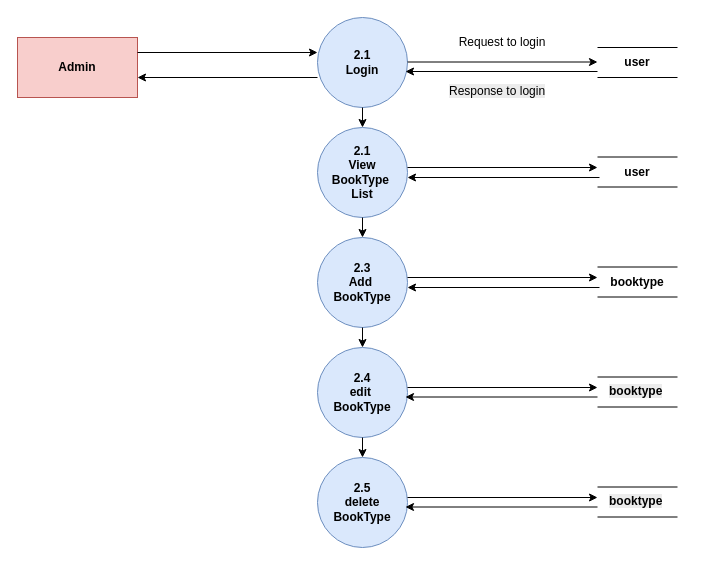
The draw.io diagram BookStore/digrams/Admin_2level[booktype]dfd.drawio in khushipatel2708/OnlineBookStore, before the edit. Source tidied: cells renumbered, new cells numbered last; positions are measured from the earlier drawing's top-left corner, leaving out a move shared by most shapes. Both pictures are drawn from the tidied source at 100%, with x=0, y=0 at pixel (17, 17).
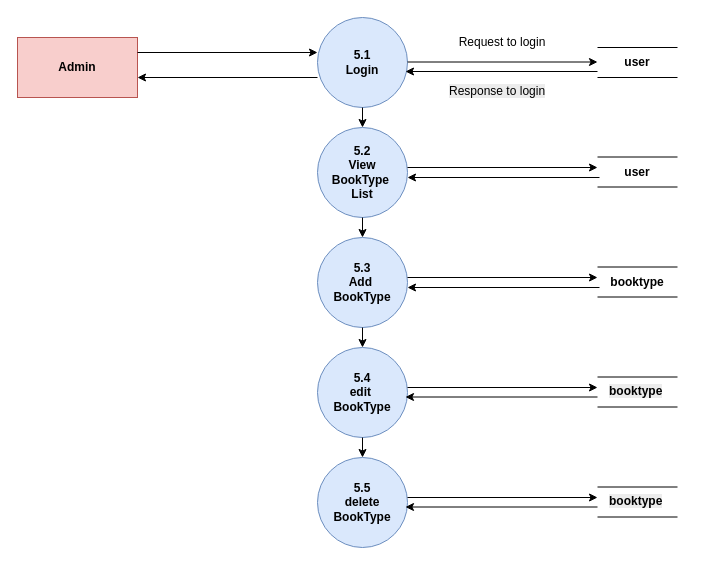
Above is the later version.

The edit, as a diff of the source:
```diff
@@
-    <mxCell id="3" value="2.1&lt;div&gt;Login&lt;/div&gt;" style="ellipse;html=1;fillColor=#dae8fc;strokeColor=#6c8ebf;fontStyle=1;textShadow=0;whiteSpace=wrap;" parent="1" vertex="1">
+    <mxCell id="3" value="5.1&lt;div&gt;Login&lt;/div&gt;" style="ellipse;html=1;fillColor=#dae8fc;strokeColor=#6c8ebf;fontStyle=1;textShadow=0;whiteSpace=wrap;" parent="1" vertex="1">
       <mxGeometry x="300" width="90" height="90" as="geometry" />
     </mxCell>
-    <mxCell id="4" value="2.3&lt;div&gt;Add&amp;nbsp;&lt;/div&gt;&lt;div&gt;BookType&lt;/div&gt;" style="ellipse;html=1;fillColor=#dae8fc;strokeColor=#6c8ebf;fontStyle=1;textShadow=0;whiteSpace=wrap;" parent="1" vertex="1">
+    <mxCell id="4" value="5.3&lt;div&gt;Add&amp;nbsp;&lt;/div&gt;&lt;div&gt;BookType&lt;/div&gt;" style="ellipse;html=1;fillColor=#dae8fc;strokeColor=#6c8ebf;fontStyle=1;textShadow=0;whiteSpace=wrap;" parent="1" vertex="1">
       <mxGeometry x="300" y="220" width="90" height="90" as="geometry" />
     </mxCell>
-    <mxCell id="5" value="2.4&lt;br&gt;edit&amp;nbsp;&lt;div&gt;BookType&lt;/div&gt;" style="ellipse;html=1;fillColor=#dae8fc;strokeColor=#6c8ebf;fontStyle=1;textShadow=0;whiteSpace=wrap;" parent="1" vertex="1">
+    <mxCell id="5" value="5.4&lt;br&gt;edit&amp;nbsp;&lt;div&gt;BookType&lt;/div&gt;" style="ellipse;html=1;fillColor=#dae8fc;strokeColor=#6c8ebf;fontStyle=1;textShadow=0;whiteSpace=wrap;" parent="1" vertex="1">
       <mxGeometry x="300" y="330" width="90" height="90" as="geometry" />
     </mxCell>
-    <mxCell id="6" value="2.5&lt;br&gt;delete BookType" style="ellipse;html=1;fillColor=#dae8fc;strokeColor=#6c8ebf;fontStyle=1;textShadow=0;whiteSpace=wrap;" parent="1" vertex="1">
+    <mxCell id="6" value="5.5&lt;br&gt;delete BookType" style="ellipse;html=1;fillColor=#dae8fc;strokeColor=#6c8ebf;fontStyle=1;textShadow=0;whiteSpace=wrap;" parent="1" vertex="1">
       <mxGeometry x="300" y="440" width="90" height="90" as="geometry" />
     </mxCell>
@@
-    <mxCell id="31" value="2.1&lt;div&gt;View &lt;br&gt;BookType&amp;nbsp;&lt;/div&gt;&lt;div&gt;List&lt;/div&gt;" style="ellipse;html=1;fillColor=#dae8fc;strokeColor=#6c8ebf;fontStyle=1;textShadow=0;whiteSpace=wrap;" parent="1" vertex="1">
+    <mxCell id="31" value="5.2&lt;div&gt;View &lt;br&gt;BookType&amp;nbsp;&lt;/div&gt;&lt;div&gt;List&lt;/div&gt;" style="ellipse;html=1;fillColor=#dae8fc;strokeColor=#6c8ebf;fontStyle=1;textShadow=0;whiteSpace=wrap;" parent="1" vertex="1">
       <mxGeometry x="300" y="110" width="90" height="90" as="geometry" />
     </mxCell>
```
